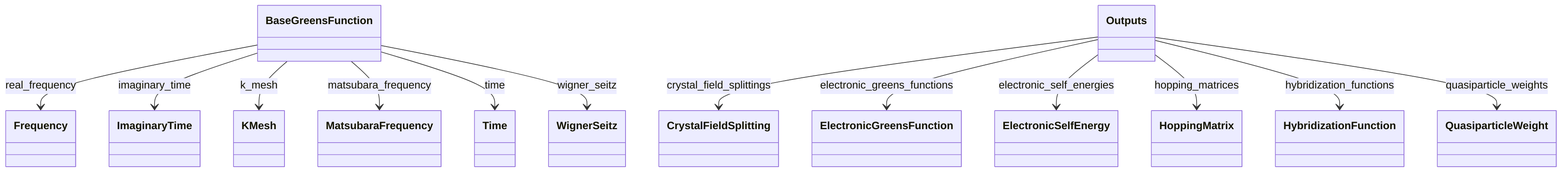
Earlier version of the Mermaid export docs/assets/diagrams/manybody_properties_0.png (FAIRmat-NFDI/nomad-simulations). Its source is kept beside it as docs/assets/diagrams/manybody_properties_0.png.mmd.
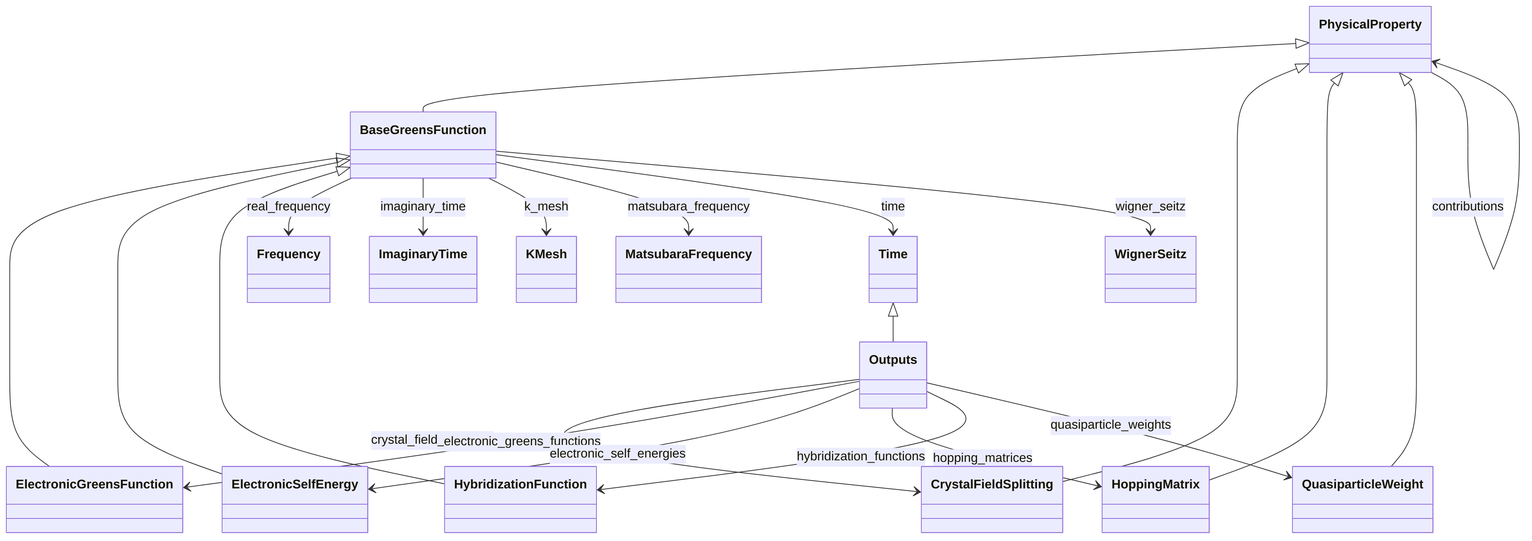
Above is the later version.

What changed in the source:
```diff
@@ -10,9 +10,18 @@
     class KMesh
     class MatsubaraFrequency
     class Outputs
+    class PhysicalProperty
     class QuasiparticleWeight
     class Time
     class WignerSeitz
+    PhysicalProperty <|-- BaseGreensFunction
+    PhysicalProperty <|-- CrystalFieldSplitting
+    BaseGreensFunction <|-- ElectronicGreensFunction
+    BaseGreensFunction <|-- ElectronicSelfEnergy
+    PhysicalProperty <|-- HoppingMatrix
+    BaseGreensFunction <|-- HybridizationFunction
+    Time <|-- Outputs
+    PhysicalProperty <|-- QuasiparticleWeight
     BaseGreensFunction --> Frequency : real_frequency
     BaseGreensFunction --> ImaginaryTime : imaginary_time
     BaseGreensFunction --> KMesh : k_mesh
@@ -25,3 +34,4 @@
     Outputs --> HoppingMatrix : hopping_matrices
     Outputs --> HybridizationFunction : hybridization_functions
     Outputs --> QuasiparticleWeight : quasiparticle_weights
+    PhysicalProperty --> PhysicalProperty : contributions
```
